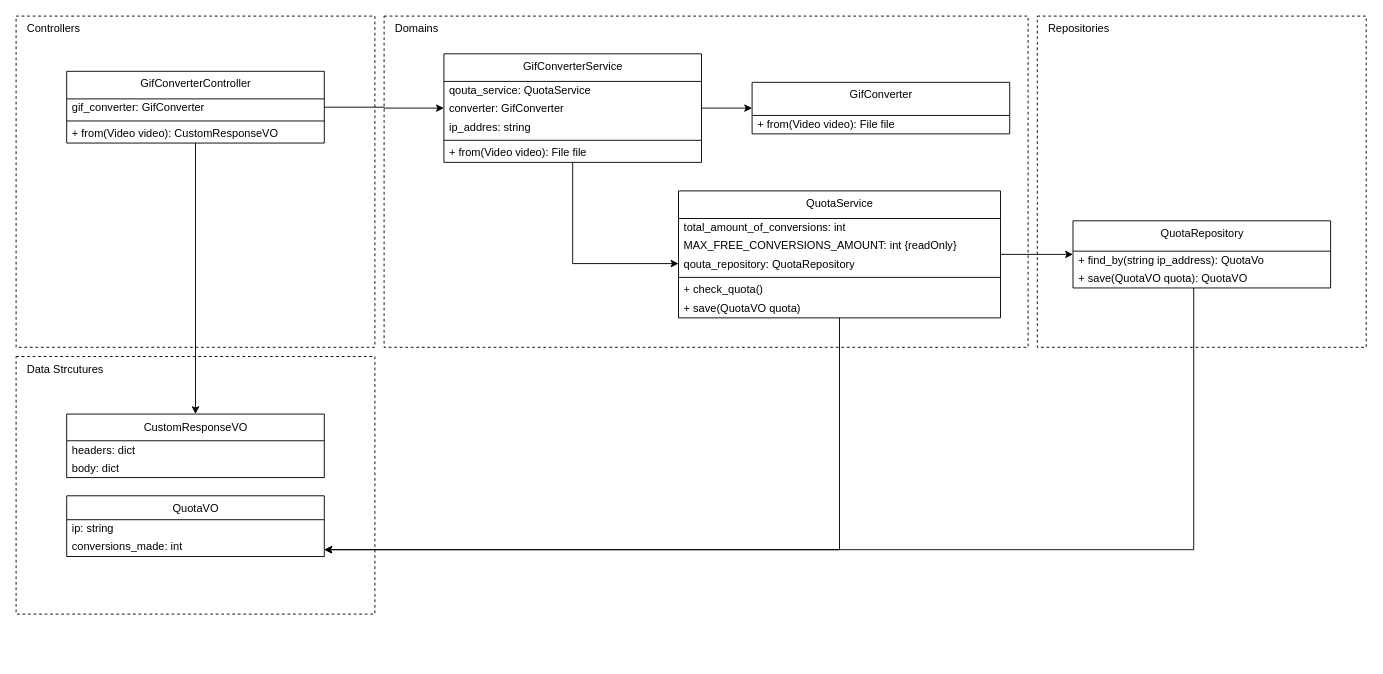
Earlier version of the draw.io diagram page "SoC-BROKEN-SRP-NOT-BROKEN" (2 of 3) of images/clean-code-clean-systems/SRPvsSoC.drawio (GabrielSlima/blog). Source tidied: cells renumbered, new cells numbered last; positions are measured from the earlier drawing's top-left corner, leaving out a move shared by most shapes. Both pictures are drawn from the tidied source at 92%, with x=0, y=0 at pixel (16, 16).
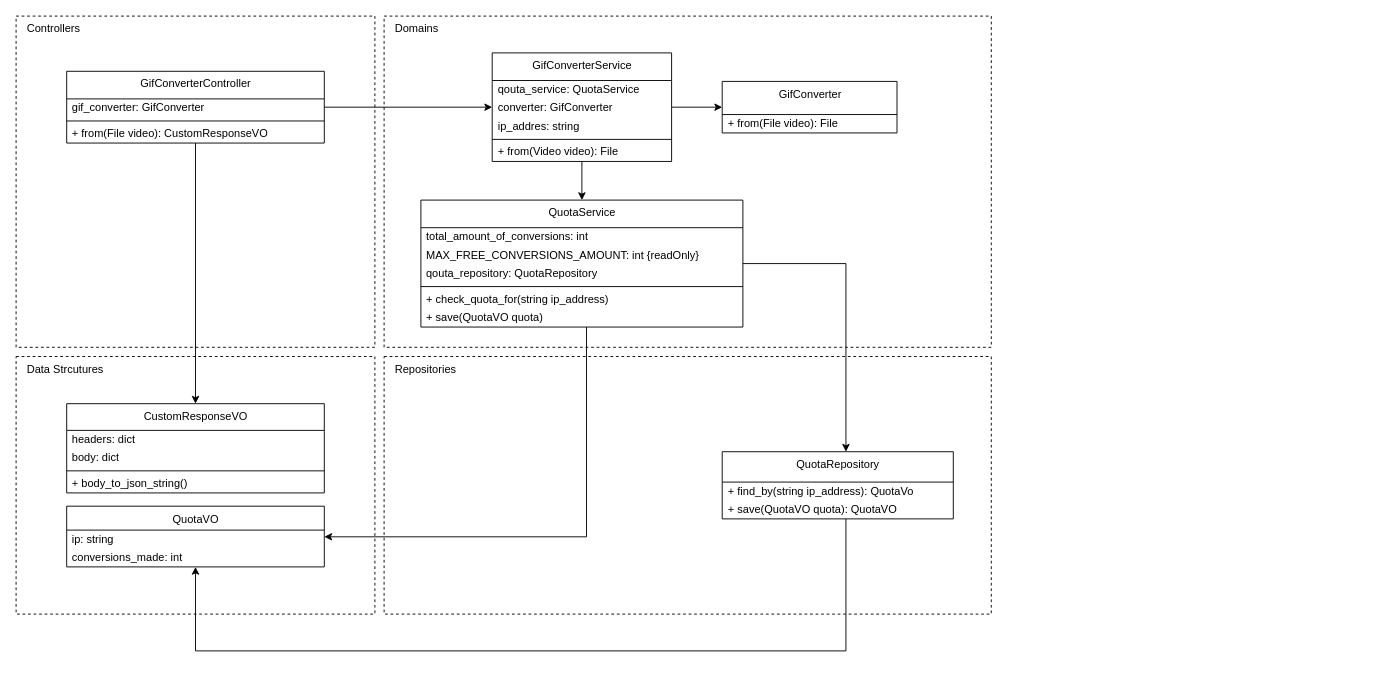
The same diagram, later.

Change to the diagram source:
```diff
@@
     <mxCell id="3" value="Repositories" style="rounded=0;whiteSpace=wrap;html=1;fillColor=none;gradientColor=none;align=left;verticalAlign=top;spacingLeft=10;dashed=1;" parent="1" vertex="1">
-      <mxGeometry x="1110" width="357.5" height="360" as="geometry" />
+      <mxGeometry x="400" y="370" width="660" height="280" as="geometry" />
     </mxCell>
     <mxCell id="4" value="Domains" style="rounded=0;whiteSpace=wrap;html=1;fillColor=none;gradientColor=none;align=left;verticalAlign=top;spacingLeft=10;dashed=1;" parent="1" vertex="1">
-      <mxGeometry x="400" width="700" height="360" as="geometry" />
+      <mxGeometry x="400" width="660" height="360" as="geometry" />
     </mxCell>
@@
-    <mxCell id="6" value="GifConverter" style="swimlane;fontStyle=0;align=center;verticalAlign=top;horizontal=1;startSize=36;html=1;" parent="1" vertex="1">
-      <mxGeometry x="800" y="72" width="280" height="56" as="geometry" />
+    <mxCell id="6" value="GifConverter" style="swimlane;fontStyle=0;align=center;verticalAlign=top;horizontal=1;startSize=36;html=1;fillColor=none;" parent="1" vertex="1">
+      <mxGeometry x="767.5" y="71" width="190" height="56" as="geometry" />
     </mxCell>
-    <mxCell id="7" value="+ from(Video video): File file" style="text;html=1;strokeColor=none;fillColor=none;align=left;verticalAlign=middle;spacingLeft=4;spacingRight=4;overflow=hidden;" parent="6" vertex="1">
-      <mxGeometry y="36" width="280" height="20" as="geometry" />
+    <mxCell id="7" value="+ from(File video): File" style="text;html=1;strokeColor=none;fillColor=none;align=left;verticalAlign=middle;spacingLeft=4;spacingRight=4;overflow=hidden;" parent="6" vertex="1">
+      <mxGeometry y="36" width="190" height="20" as="geometry" />
     </mxCell>
     <mxCell id="8" style="edgeStyle=orthogonalEdgeStyle;rounded=0;jettySize=auto;html=1;" parent="1" edge="1" source="9" target="12">
       <mxGeometry relative="1" as="geometry">
         <Array as="points">
-          <mxPoint x="1280" y="580" />
+          <mxPoint x="902" y="690" />
+          <mxPoint x="195" y="690" />
         </Array>
       </mxGeometry>
     </mxCell>
-    <mxCell id="9" value="QuotaRepository" style="swimlane;fontStyle=0;align=center;verticalAlign=top;horizontal=1;startSize=33;html=1;" parent="1" vertex="1">
-      <mxGeometry x="1148.8" y="222.5" width="280" height="73" as="geometry" />
+    <mxCell id="9" value="QuotaRepository" style="swimlane;fontStyle=0;align=center;verticalAlign=top;horizontal=1;startSize=33;html=1;fillColor=none;" parent="1" vertex="1">
+      <mxGeometry x="767.5" y="473.5" width="251.2" height="73" as="geometry" />
     </mxCell>
     <mxCell id="10" value="+ find_by(string ip_address): QuotaVo" style="text;html=1;strokeColor=none;fillColor=none;align=left;verticalAlign=middle;spacingLeft=4;spacingRight=4;overflow=hidden;" parent="9" vertex="1">
-      <mxGeometry y="33" width="280" height="20" as="geometry" />
+      <mxGeometry y="33" width="251.2" height="20" as="geometry" />
     </mxCell>
     <mxCell id="11" value="+ save(QuotaVO quota): QuotaVO" style="text;html=1;strokeColor=none;fillColor=none;align=left;verticalAlign=middle;spacingLeft=4;spacingRight=4;overflow=hidden;" parent="9" vertex="1">
-      <mxGeometry y="53" width="280" height="20" as="geometry" />
+      <mxGeometry y="53" width="251.2" height="20" as="geometry" />
     </mxCell>
-    <mxCell id="12" value="QuotaVO" style="swimlane;fontStyle=0;align=center;verticalAlign=top;horizontal=1;startSize=26;html=1;" parent="1" vertex="1">
-      <mxGeometry x="55" y="521.4" width="280" height="66" as="geometry" />
+    <mxCell id="12" value="QuotaVO" style="swimlane;fontStyle=0;align=center;verticalAlign=top;horizontal=1;startSize=26;html=1;fillColor=none;" parent="1" vertex="1">
+      <mxGeometry x="55" y="532.7" width="280" height="66" as="geometry" />
     </mxCell>
-    <mxCell id="13" value="&lt;div&gt;ip: string&lt;/div&gt;" style="text;html=1;strokeColor=none;fillColor=none;align=left;verticalAlign=middle;spacingLeft=4;spacingRight=4;overflow=hidden;" parent="12" vertex="1">
+    <mxCell id="13" value="&lt;div&gt;ip: string&lt;/div&gt;" style="text;html=1;strokeColor=none;align=left;verticalAlign=middle;spacingLeft=4;spacingRight=4;overflow=hidden;" parent="12" vertex="1">
       <mxGeometry y="26" width="280" height="20" as="geometry" />
     </mxCell>
@@
-    <mxCell id="17" value="GifConverterController" style="swimlane;fontStyle=0;align=center;verticalAlign=top;horizontal=1;startSize=30;html=1;" parent="1" vertex="1">
+    <mxCell id="17" value="GifConverterController" style="swimlane;fontStyle=0;align=center;verticalAlign=top;horizontal=1;startSize=30;html=1;fillColor=none;" parent="1" vertex="1">
       <mxGeometry x="55" y="60" width="280" height="78" as="geometry" />
     </mxCell>
@@
-    <mxCell id="20" value="+ from(Video video): CustomResponseVO" style="text;html=1;strokeColor=none;fillColor=none;align=left;verticalAlign=middle;spacingLeft=4;spacingRight=4;overflow=hidden;" parent="17" vertex="1">
+    <mxCell id="20" value="+ from(File video): CustomResponseVO" style="text;html=1;strokeColor=none;fillColor=none;align=left;verticalAlign=middle;spacingLeft=4;spacingRight=4;overflow=hidden;" parent="17" vertex="1">
       <mxGeometry y="58" width="280" height="20" as="geometry" />
     </mxCell>
+    <mxCell id="22" style="edgeStyle=orthogonalEdgeStyle;rounded=0;jettySize=auto;html=1;" parent="1" edge="1" source="23" target="12">
+      <mxGeometry relative="1" as="geometry">
+        <Array as="points">
+          <mxPoint x="620" y="566" />
+        </Array>
+      </mxGeometry>
+    </mxCell>
     <mxCell id="21" style="edgeStyle=orthogonalEdgeStyle;rounded=0;jettySize=auto;html=1;" parent="1" edge="1" source="23" target="9">
-      <mxGeometry relative="1" as="geometry" />
+      <mxGeometry relative="1" as="geometry">
+        <Array as="points">
+          <mxPoint x="902" y="269" />
+        </Array>
+      </mxGeometry>
     </mxCell>
-    <mxCell id="22" style="edgeStyle=orthogonalEdgeStyle;rounded=0;jettySize=auto;html=1;" parent="1" edge="1" source="23" target="12">
-      <mxGeometry relative="1" as="geometry">
-        <Array as="points">
-          <mxPoint x="895" y="580" />
-        </Array>
-      </mxGeometry>
-    </mxCell>
-    <mxCell id="23" value="QuotaService" style="swimlane;fontStyle=0;align=center;verticalAlign=top;horizontal=1;startSize=30;html=1;" parent="1" vertex="1">
-      <mxGeometry x="720" y="190" width="350" height="138" as="geometry" />
+    <mxCell id="23" value="QuotaService" style="swimlane;fontStyle=0;align=center;verticalAlign=top;horizontal=1;startSize=30;html=1;fillColor=none;" parent="1" vertex="1">
+      <mxGeometry x="440" y="200" width="350" height="138" as="geometry" />
     </mxCell>
@@
-    <mxCell id="28" value="+ check_quota()" style="text;html=1;strokeColor=none;fillColor=none;align=left;verticalAlign=middle;spacingLeft=4;spacingRight=4;overflow=hidden;" parent="23" vertex="1">
+    <mxCell id="28" value="+ check_quota_for(string ip_address)" style="text;html=1;strokeColor=none;fillColor=none;align=left;verticalAlign=middle;spacingLeft=4;spacingRight=4;overflow=hidden;" parent="23" vertex="1">
       <mxGeometry y="98" width="350" height="20" as="geometry" />
     </mxCell>
@@
-    <mxCell id="31" style="edgeStyle=orthogonalEdgeStyle;rounded=0;jettySize=auto;html=1;" parent="1" edge="1" source="32" target="23">
-      <mxGeometry relative="1" as="geometry">
-        <Array as="points">
-          <mxPoint x="605" y="269" />
-        </Array>
-      </mxGeometry>
+    <mxCell id="31" style="edgeStyle=orthogonalEdgeStyle;rounded=0;jettySize=auto;html=1;entryX=0.5;entryY=0;entryDx=0;entryDy=0;" parent="1" edge="1" source="32" target="23">
+      <mxGeometry relative="1" as="geometry" />
     </mxCell>
-    <mxCell id="32" value="GifConverterService" style="swimlane;fontStyle=0;align=center;verticalAlign=top;horizontal=1;startSize=30;html=1;" parent="1" vertex="1">
-      <mxGeometry x="465" y="41" width="280" height="118" as="geometry" />
+    <mxCell id="32" value="GifConverterService" style="swimlane;fontStyle=0;align=center;verticalAlign=top;horizontal=1;startSize=30;html=1;fillColor=none;" parent="1" vertex="1">
+      <mxGeometry x="517.5" y="40" width="195" height="118" as="geometry" />
     </mxCell>
     <mxCell id="33" value="qouta_service: QuotaService" style="text;html=1;strokeColor=none;fillColor=none;align=left;verticalAlign=middle;spacingLeft=4;spacingRight=4;overflow=hidden;" parent="32" vertex="1">
-      <mxGeometry y="30" width="280" height="20" as="geometry" />
+      <mxGeometry y="30" width="195" height="20" as="geometry" />
     </mxCell>
     <mxCell id="34" value="converter: GifConverter" style="text;html=1;strokeColor=none;fillColor=none;align=left;verticalAlign=middle;spacingLeft=4;spacingRight=4;overflow=hidden;" parent="32" vertex="1">
-      <mxGeometry y="50" width="280" height="20" as="geometry" />
+      <mxGeometry y="50" width="195" height="20" as="geometry" />
     </mxCell>
     <mxCell id="35" value="ip_addres: string" style="text;html=1;strokeColor=none;fillColor=none;align=left;verticalAlign=middle;spacingLeft=4;spacingRight=4;overflow=hidden;" parent="32" vertex="1">
-      <mxGeometry y="70" width="280" height="20" as="geometry" />
+      <mxGeometry y="70" width="195" height="20" as="geometry" />
     </mxCell>
     <mxCell id="36" style="line;strokeWidth=1;fillColor=none;align=left;verticalAlign=middle;spacingTop=-1;spacingLeft=3;spacingRight=3;labelPosition=right;" parent="32" vertex="1">
-      <mxGeometry y="90" width="280" height="8" as="geometry" />
+      <mxGeometry y="90" width="195" height="8" as="geometry" />
     </mxCell>
-    <mxCell id="37" value="+ from(Video video): File file" style="text;html=1;strokeColor=none;fillColor=none;align=left;verticalAlign=middle;spacingLeft=4;spacingRight=4;overflow=hidden;" parent="32" vertex="1">
-      <mxGeometry y="98" width="280" height="20" as="geometry" />
+    <mxCell id="37" value="&lt;div&gt;+ from(Video video): File&lt;/div&gt;" style="text;html=1;strokeColor=none;fillColor=none;align=left;verticalAlign=middle;spacingLeft=4;spacingRight=4;overflow=hidden;" parent="32" vertex="1">
+      <mxGeometry y="98" width="195" height="20" as="geometry" />
     </mxCell>
-    <mxCell id="38" value="CustomResponseVO" style="swimlane;fontStyle=0;align=center;verticalAlign=top;horizontal=1;startSize=29;html=1;" parent="1" vertex="1">
-      <mxGeometry x="55" y="432.6" width="280" height="69" as="geometry" />
+    <mxCell id="38" value="CustomResponseVO" style="swimlane;fontStyle=0;align=center;verticalAlign=top;horizontal=1;startSize=29;html=1;fillColor=none;" parent="1" vertex="1">
+      <mxGeometry x="55" y="421.3" width="280" height="97" as="geometry" />
     </mxCell>
@@
+    <mxCell id="41" style="line;strokeWidth=1;fillColor=none;align=left;verticalAlign=middle;spacingTop=-1;spacingLeft=3;spacingRight=3;labelPosition=right;html=1;" parent="38" vertex="1">
+      <mxGeometry y="69" width="280" height="8" as="geometry" />
+    </mxCell>
+    <mxCell id="42" value="+ body_to_json_string()" style="text;html=1;strokeColor=none;fillColor=none;align=left;verticalAlign=middle;spacingLeft=4;spacingRight=4;overflow=hidden;" parent="38" vertex="1">
+      <mxGeometry y="77" width="280" height="20" as="geometry" />
+    </mxCell>
```
